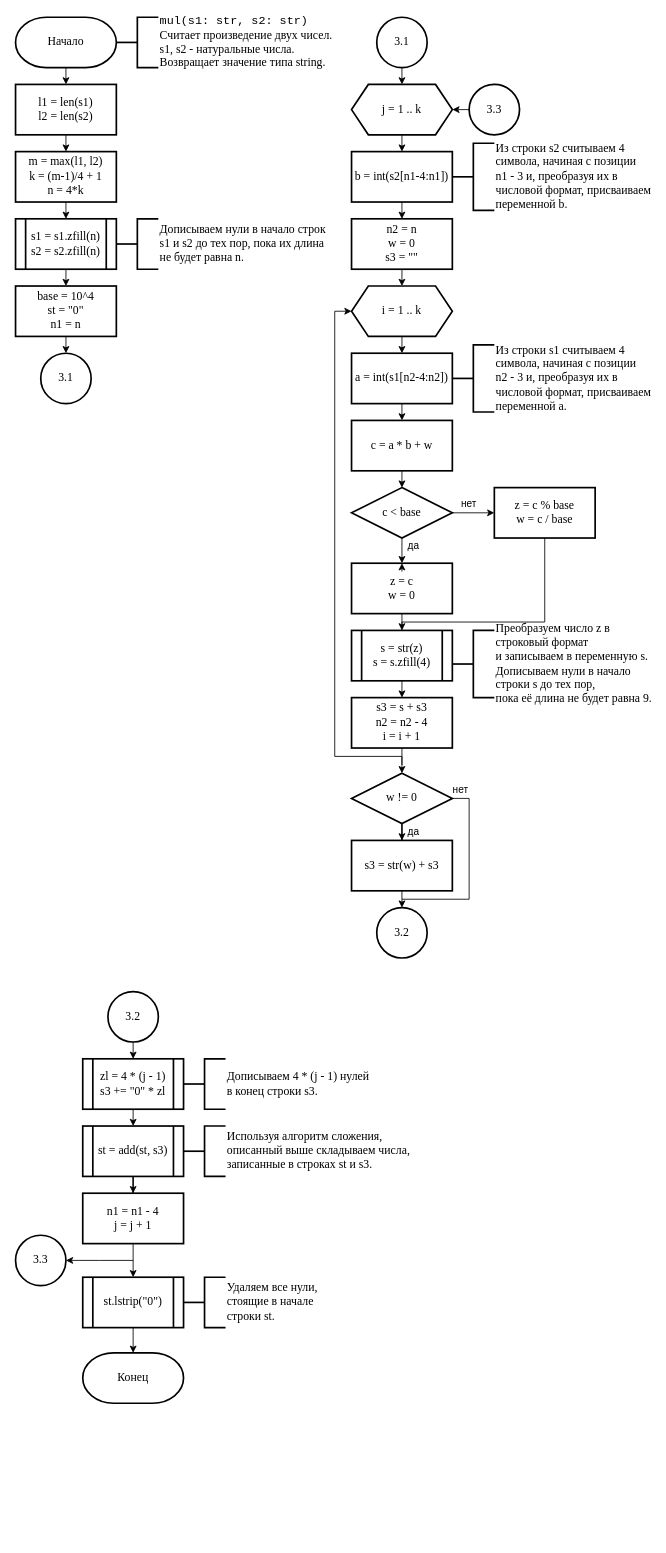
Before: flowcharts/mul.drawio in ijustbsd/big-integer, a draw.io diagram. Source tidied: cells renumbered, new cells numbered last; positions are measured from the earlier drawing's top-left corner, leaving out a move shared by most shapes. Both pictures are drawn from the tidied source at 84%, with x=0, y=0 at pixel (15, 17).
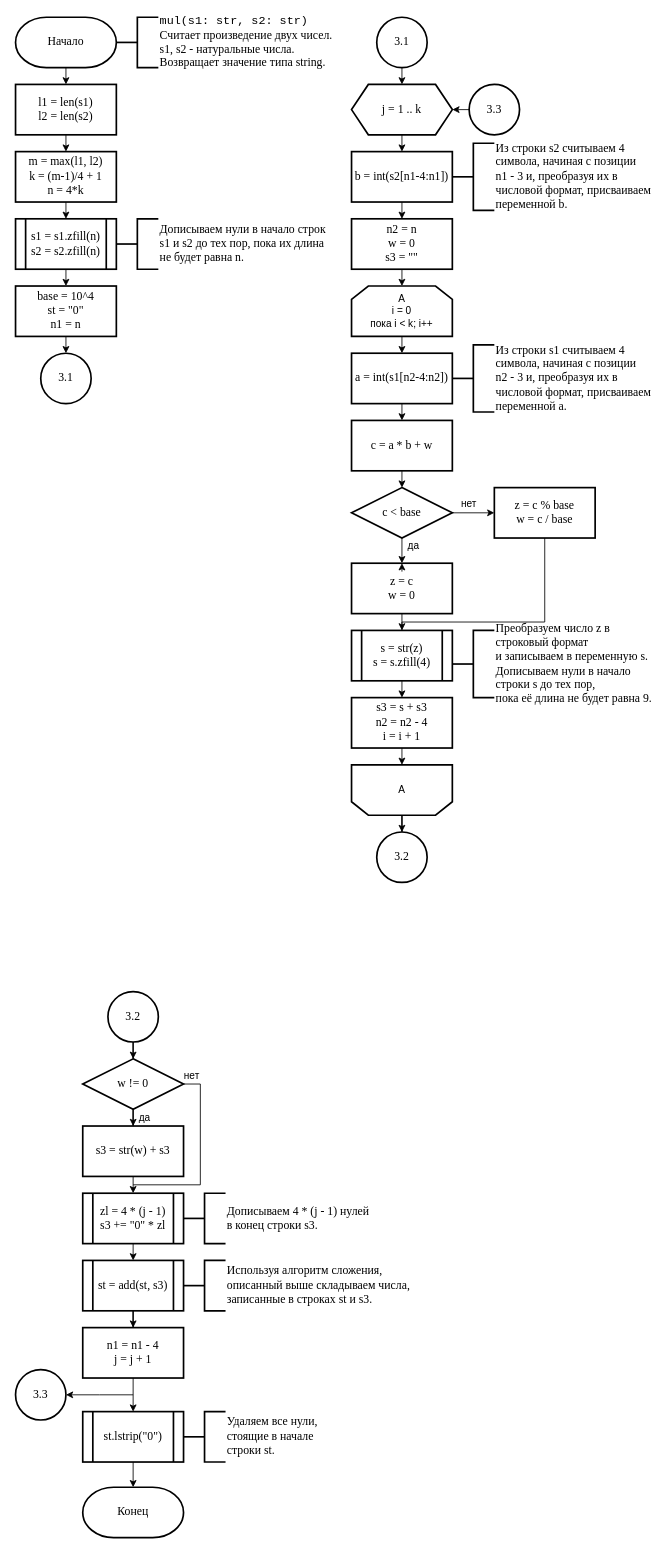
The same diagram, later.

Unchanged cells that the change refers to:
```xml
<mxCell id="28" value="&lt;div&gt;a = int(s1[n2-4:n2])&lt;/div&gt;" style="rounded=0;whiteSpace=wrap;html=1;absoluteArcSize=1;arcSize=14;strokeWidth=2;fontFamily=Times New Roman;fontSize=14;" parent="1" vertex="1">
  <mxGeometry x="400" y="400" width="120" height="60" as="geometry" />
</mxCell>
<mxCell id="45" value="&lt;div&gt;s3 = s + s3&lt;/div&gt;&lt;div&gt;n2 = n2 - 4&lt;br&gt;&lt;/div&gt;&lt;div&gt;i = i + 1&lt;br&gt;&lt;/div&gt;" style="rounded=0;whiteSpace=wrap;html=1;absoluteArcSize=1;arcSize=14;strokeWidth=2;fontFamily=Times New Roman;fontSize=14;" parent="1" vertex="1">
  <mxGeometry x="400" y="810" width="120" height="60" as="geometry" />
</mxCell>
<mxCell id="53" value="3.2" style="ellipse;whiteSpace=wrap;html=1;rounded=0;strokeWidth=2;fontFamily=Times New Roman;fontSize=14;" parent="1" vertex="1">
  <mxGeometry x="110" y="1160" width="60" height="60" as="geometry" />
</mxCell>
```

The edit, as a diff of the source:
```diff
@@
-    <mxCell id="25" style="edgeStyle=orthogonalEdgeStyle;rounded=0;jettySize=auto;html=1;exitX=0.5;exitY=1;exitDx=0;exitDy=0;entryX=0.5;entryY=0;entryDx=0;entryDy=0;" parent="1" edge="1" source="26" target="28">
-      <mxGeometry relative="1" as="geometry" />
+    <mxCell id="25" style="edgeStyle=orthogonalEdgeStyle;rounded=0;jettySize=auto;html=1;exitX=0.5;exitY=1;exitDx=0;exitDy=0;entryX=0.5;entryY=0;entryDx=0;entryDy=0;" parent="1" edge="1" target="28">
+      <mxGeometry relative="1" as="geometry">
+        <mxPoint x="460" y="380" as="sourcePoint" />
+      </mxGeometry>
     </mxCell>
-    <mxCell id="26" value="i = 1 .. k" style="shape=hexagon;perimeter=hexagonPerimeter2;whiteSpace=wrap;html=1;fixedSize=1;fontFamily=Times New Roman;fontSize=14;strokeWidth=2;" parent="1" vertex="1">
-      <mxGeometry x="400" y="320" width="120" height="60" as="geometry" />
-    </mxCell>
@@
-    <mxCell id="43" style="edgeStyle=orthogonalEdgeStyle;rounded=0;jettySize=auto;html=1;exitX=0.5;exitY=1;exitDx=0;exitDy=0;entryX=0.5;entryY=0;entryDx=0;entryDy=0;entryPerimeter=0;endArrow=classic;endFill=1;" parent="1" edge="1" source="45" target="48">
-      <mxGeometry relative="1" as="geometry" />
-    </mxCell>
-    <mxCell id="44" style="edgeStyle=orthogonalEdgeStyle;rounded=0;jettySize=auto;html=1;entryX=0;entryY=0.5;entryDx=0;entryDy=0;endArrow=classic;endFill=1;" parent="1" edge="1" target="26">
-      <mxGeometry relative="1" as="geometry">
-        <mxPoint x="460" y="890" as="sourcePoint" />
-        <Array as="points">
-          <mxPoint x="460" y="880" />
-          <mxPoint x="380" y="880" />
-          <mxPoint x="380" y="350" />
-        </Array>
-      </mxGeometry>
-    </mxCell>
+    <mxCell id="74" style="edgeStyle=orthogonalEdgeStyle;rounded=0;jettySize=auto;html=1;exitX=0.5;exitY=1;exitDx=0;exitDy=0;entryX=0.5;entryY=1;entryDx=0;entryDy=0;" parent="1" edge="1" source="45" target="79">
+      <mxGeometry relative="1" as="geometry" />
+    </mxCell>
@@
     <mxCell id="47" style="edgeStyle=orthogonalEdgeStyle;rounded=0;jettySize=auto;html=1;exitX=1;exitY=0.5;exitDx=0;exitDy=0;exitPerimeter=0;endArrow=none;endFill=0;" parent="1" edge="1" source="48">
       <mxGeometry relative="1" as="geometry">
-        <mxPoint x="460" y="1050" as="targetPoint" />
+        <mxPoint x="140" y="1390" as="targetPoint" />
         <Array as="points">
-          <mxPoint x="540" y="930" />
-          <mxPoint x="540" y="1050" />
+          <mxPoint x="220" y="1270" />
+          <mxPoint x="220" y="1390" />
         </Array>
       </mxGeometry>
     </mxCell>
     <mxCell id="48" value="w != 0" style="strokeWidth=2;html=1;shape=mxgraph.flowchart.decision;whiteSpace=wrap;rounded=0;fontFamily=Times New Roman;fontSize=14;" parent="1" vertex="1">
-      <mxGeometry x="400" y="900" width="120" height="60" as="geometry" />
+      <mxGeometry x="80" y="1240" width="120" height="60" as="geometry" />
     </mxCell>
-    <mxCell id="49" style="edgeStyle=orthogonalEdgeStyle;rounded=0;jettySize=auto;html=1;exitX=0.5;exitY=1;exitDx=0;exitDy=0;entryX=0.5;entryY=0;entryDx=0;entryDy=0;endArrow=classic;endFill=1;" parent="1" edge="1" source="50" target="51">
-      <mxGeometry relative="1" as="geometry" />
-    </mxCell>
+    <mxCell id="75" style="edgeStyle=orthogonalEdgeStyle;rounded=0;jettySize=auto;html=1;exitX=0.5;exitY=1;exitDx=0;exitDy=0;entryX=0.5;entryY=0;entryDx=0;entryDy=0;" parent="1" edge="1" source="50" target="59">
+      <mxGeometry relative="1" as="geometry" />
+    </mxCell>
     <mxCell id="50" value="s3 = str(w) + s3" style="rounded=0;whiteSpace=wrap;html=1;absoluteArcSize=1;arcSize=14;strokeWidth=2;fontFamily=Times New Roman;fontSize=14;" parent="1" vertex="1">
-      <mxGeometry x="400" y="980" width="120" height="60" as="geometry" />
+      <mxGeometry x="80" y="1320" width="120" height="60" as="geometry" />
     </mxCell>
     <mxCell id="51" value="3.2" style="ellipse;whiteSpace=wrap;html=1;rounded=0;strokeWidth=2;fontFamily=Times New Roman;fontSize=14;" parent="1" vertex="1">
-      <mxGeometry x="430" y="1060" width="60" height="60" as="geometry" />
+      <mxGeometry x="430" y="970" width="60" height="60" as="geometry" />
     </mxCell>
-    <mxCell id="52" style="edgeStyle=orthogonalEdgeStyle;rounded=0;jettySize=auto;html=1;exitX=0.5;exitY=1;exitDx=0;exitDy=0;entryX=0.5;entryY=0;entryDx=0;entryDy=0;startArrow=none;startFill=0;endArrow=classic;endFill=1;" parent="1" edge="1" source="53" target="59">
-      <mxGeometry relative="1" as="geometry" />
-    </mxCell>
+    <mxCell id="76" style="edgeStyle=orthogonalEdgeStyle;rounded=0;jettySize=auto;html=1;exitX=0.5;exitY=1;exitDx=0;exitDy=0;" parent="1" edge="1" source="53" target="48">
+      <mxGeometry relative="1" as="geometry" />
+    </mxCell>
@@
     <mxCell id="55" value="st.lstrip(&quot;0&quot;)" style="shape=process;whiteSpace=wrap;html=1;backgroundOutline=1;rounded=0;strokeWidth=2;fontFamily=Times New Roman;fontSize=14;" parent="1" vertex="1">
-      <mxGeometry x="80" y="1500" width="120" height="60" as="geometry" />
+      <mxGeometry x="80" y="1660" width="120" height="60" as="geometry" />
     </mxCell>
     <mxCell id="56" value="&lt;div&gt;Удаляем все нули,&lt;/div&gt;&lt;div&gt;стоящие в начале&lt;/div&gt;&lt;div&gt;строки st.&lt;br&gt;&lt;/div&gt;" style="strokeWidth=2;html=1;shape=mxgraph.flowchart.annotation_2;align=left;labelPosition=right;fontFamily=Times New Roman;fontSize=14;" parent="1" vertex="1">
-      <mxGeometry x="200" y="1500" width="50" height="60" as="geometry" />
+      <mxGeometry x="200" y="1660" width="50" height="60" as="geometry" />
     </mxCell>
     <mxCell id="57" value="Конец" style="strokeWidth=2;html=1;shape=mxgraph.flowchart.terminator;whiteSpace=wrap;fontSize=14;fontFamily=Times New Roman;" parent="1" vertex="1">
-      <mxGeometry x="80" y="1590" width="120" height="60" as="geometry" />
+      <mxGeometry x="80" y="1750" width="120" height="60" as="geometry" />
     </mxCell>
@@
     <mxCell id="59" value="&lt;div&gt;zl = 4 * (j - 1)&lt;br&gt;&lt;/div&gt;&lt;div&gt;s3 += &quot;0&quot; * zl&lt;br&gt;&lt;/div&gt;" style="shape=process;whiteSpace=wrap;html=1;backgroundOutline=1;rounded=0;strokeWidth=2;fontFamily=Times New Roman;fontSize=14;" parent="1" vertex="1">
-      <mxGeometry x="80" y="1240" width="120" height="60" as="geometry" />
+      <mxGeometry x="80" y="1400" width="120" height="60" as="geometry" />
     </mxCell>
@@
     <mxCell id="62" value="нет" style="text;html=1;strokeColor=none;fillColor=none;align=center;verticalAlign=middle;whiteSpace=wrap;rounded=0;" parent="1" vertex="1">
-      <mxGeometry x="520" y="910" width="20" height="20" as="geometry" />
+      <mxGeometry x="200" y="1250" width="20" height="20" as="geometry" />
     </mxCell>
     <mxCell id="63" value="да" style="text;html=1;strokeColor=none;fillColor=none;align=center;verticalAlign=middle;whiteSpace=wrap;rounded=0;" parent="1" vertex="1">
-      <mxGeometry x="464" y="960" width="20" height="20" as="geometry" />
+      <mxGeometry x="144" y="1300" width="20" height="20" as="geometry" />
     </mxCell>
@@
     <mxCell id="65" value="st = add(st, s3)" style="shape=process;whiteSpace=wrap;html=1;backgroundOutline=1;rounded=0;strokeWidth=2;fontFamily=Times New Roman;fontSize=14;" parent="1" vertex="1">
-      <mxGeometry x="80" y="1320" width="120" height="60" as="geometry" />
+      <mxGeometry x="80" y="1480" width="120" height="60" as="geometry" />
     </mxCell>
@@
     <mxCell id="67" value="&lt;div&gt;n1 = n1 - 4&lt;br&gt;&lt;/div&gt;&lt;div&gt;j = j + 1&lt;br&gt;&lt;/div&gt;" style="rounded=0;whiteSpace=wrap;html=1;absoluteArcSize=1;arcSize=14;strokeWidth=2;fontFamily=Times New Roman;fontSize=14;" parent="1" vertex="1">
-      <mxGeometry x="80" y="1400" width="120" height="60" as="geometry" />
+      <mxGeometry x="80" y="1560" width="120" height="60" as="geometry" />
     </mxCell>
@@
     <mxCell id="70" style="edgeStyle=orthogonalEdgeStyle;rounded=0;jettySize=auto;html=1;exitX=1;exitY=0.5;exitDx=0;exitDy=0;endArrow=none;endFill=0;startArrow=classic;startFill=1;" parent="1" edge="1" source="71">
       <mxGeometry relative="1" as="geometry">
-        <mxPoint x="140" y="1480" as="targetPoint" />
+        <mxPoint x="140" y="1640" as="targetPoint" />
       </mxGeometry>
     </mxCell>
     <mxCell id="71" value="3.3" style="ellipse;whiteSpace=wrap;html=1;rounded=0;strokeWidth=2;fontFamily=Times New Roman;fontSize=14;" parent="1" vertex="1">
-      <mxGeometry y="1450" width="60" height="60" as="geometry" />
+      <mxGeometry y="1610" width="60" height="60" as="geometry" />
     </mxCell>
     <mxCell id="72" value="&lt;div&gt;Дописываем 4 * (j - 1) нулей&lt;/div&gt;&lt;div&gt;в конец строки s3.&lt;br&gt;&lt;/div&gt;" style="strokeWidth=2;html=1;shape=mxgraph.flowchart.annotation_2;align=left;labelPosition=right;fontFamily=Times New Roman;fontSize=14;" parent="1" vertex="1">
-      <mxGeometry x="200" y="1240" width="50" height="60" as="geometry" />
+      <mxGeometry x="200" y="1400" width="50" height="60" as="geometry" />
     </mxCell>
     <mxCell id="73" value="&lt;div&gt;Используя алгоритм сложения,&lt;/div&gt;&lt;div&gt;описанный выше складываем числа,&lt;/div&gt;&lt;div&gt;записанные в строках st и s3.&lt;br&gt;&lt;/div&gt;" style="strokeWidth=2;html=1;shape=mxgraph.flowchart.annotation_2;align=left;labelPosition=right;fontFamily=Times New Roman;fontSize=14;" parent="1" vertex="1">
-      <mxGeometry x="200" y="1320" width="50" height="60" as="geometry" />
+      <mxGeometry x="200" y="1480" width="50" height="60" as="geometry" />
     </mxCell>
+    <mxCell id="77" value="&lt;div&gt;А&lt;/div&gt;&lt;div&gt;i = 0&lt;/div&gt;&lt;div&gt;пока i &amp;lt; k; i++&lt;br&gt;&lt;/div&gt;" style="shape=loopLimit;whiteSpace=wrap;html=1;strokeWidth=2;" parent="1" vertex="1">
+      <mxGeometry x="400" y="320" width="120" height="60" as="geometry" />
+    </mxCell>
+    <mxCell id="78" style="edgeStyle=orthogonalEdgeStyle;rounded=0;jettySize=auto;html=1;exitX=0.5;exitY=0;exitDx=0;exitDy=0;" parent="1" edge="1" source="79" target="51">
+      <mxGeometry relative="1" as="geometry" />
+    </mxCell>
+    <mxCell id="79" value="А" style="shape=loopLimit;whiteSpace=wrap;html=1;strokeWidth=2;direction=west;" parent="1" vertex="1">
+      <mxGeometry x="400" y="890" width="120" height="60" as="geometry" />
+    </mxCell>
```
